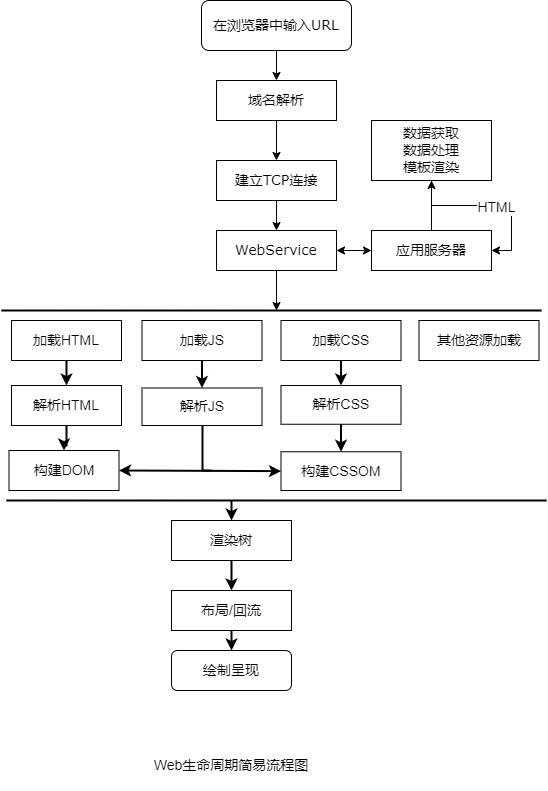
This is web生命周期.drawio.png from jzsn2018/diagrams-storage, a draw.io export, as it was before one commit. Source tidied: cells renumbered, new cells last; positions are measured from the earlier drawing's top-left corner, leaving out a move shared by most shapes.
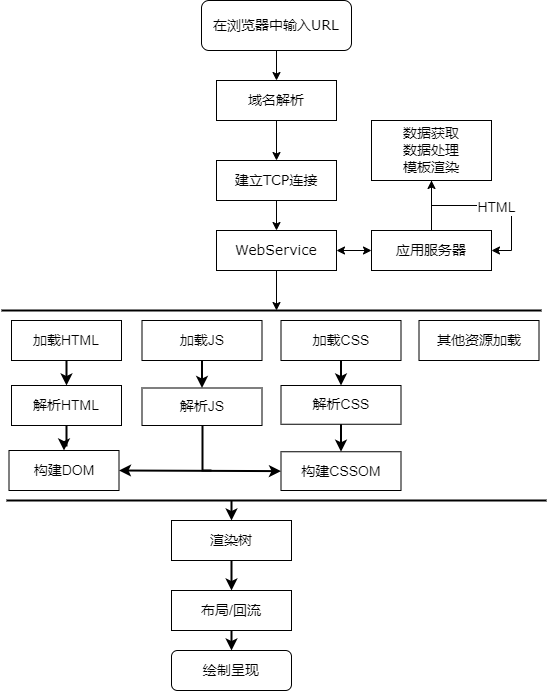
Above is the later version.

Commit message:
更新web生命周期.drawio.png

Change to the diagram source:
```diff
@@ -131,8 +131,5 @@
     <mxCell id="39" value="绘制呈现" style="rounded=1;whiteSpace=wrap;html=1;shadow=0;sketch=0;fontSize=14;strokeColor=#000000;fillColor=none;" parent="1" vertex="1">
       <mxGeometry x="170" y="650" width="120" height="40" as="geometry" />
     </mxCell>
-    <mxCell id="40" value="Web生命周期简易流程图" style="text;html=1;strokeColor=none;fillColor=none;align=center;verticalAlign=middle;whiteSpace=wrap;rounded=0;shadow=0;sketch=0;fontSize=14;" parent="1" vertex="1">
-      <mxGeometry x="115" y="740" width="230" height="50" as="geometry" />
-    </mxCell>
   </root>
 </mxGraphModel>
```
